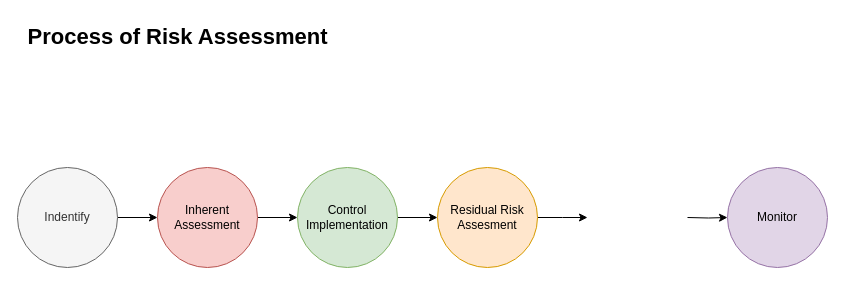
This is page "Risk Assessment Process" (1 of 3) of screens.drawio from iRM-Somnath/GRC, a draw.io file, before an edit. Source tidied: cells renumbered, new cells numbered last; positions are measured from the earlier drawing's top-left corner, leaving out a move shared by most shapes. Both pictures are drawn from the tidied source at 100%, with x=0, y=0 at pixel (17, 17).
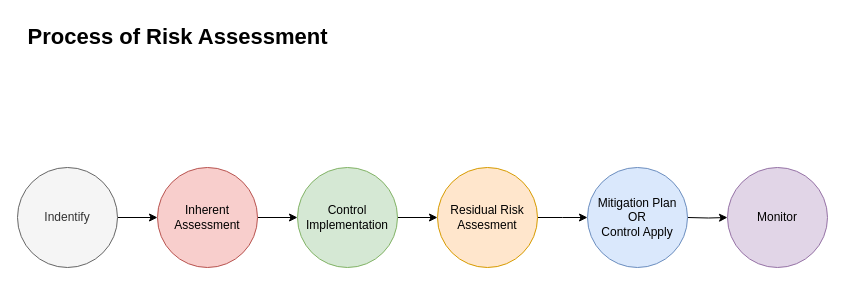
Above is the later version.

Change to the diagram source:
```diff
@@
 <mxGraphModel>
   <root>
     <mxCell id="0" />
     <mxCell id="1" parent="0" />
     <mxCell id="2" style="edgeStyle=orthogonalEdgeStyle;rounded=0;jettySize=auto;html=1;" parent="1" edge="1" source="3" target="5">
       <mxGeometry relative="1" as="geometry" />
     </mxCell>
     <mxCell id="3" value="Indentify" style="ellipse;whiteSpace=wrap;html=1;fillColor=#f5f5f5;fontColor=#333333;strokeColor=#666666;" parent="1" vertex="1">
       <mxGeometry y="150" width="100" height="100" as="geometry" />
     </mxCell>
     <mxCell id="4" style="edgeStyle=orthogonalEdgeStyle;rounded=0;jettySize=auto;html=1;" parent="1" edge="1" source="5" target="7">
       <mxGeometry relative="1" as="geometry" />
     </mxCell>
     <mxCell id="5" value="Inherent Assessment" style="ellipse;whiteSpace=wrap;html=1;fillColor=#f8cecc;strokeColor=#b85450;" parent="1" vertex="1">
       <mxGeometry x="140" y="150" width="100" height="100" as="geometry" />
     </mxCell>
     <mxCell id="6" style="edgeStyle=orthogonalEdgeStyle;rounded=0;jettySize=auto;html=1;" parent="1" edge="1" source="7" target="9">
       <mxGeometry relative="1" as="geometry" />
     </mxCell>
     <mxCell id="7" value="Control Implementation" style="ellipse;whiteSpace=wrap;html=1;fillColor=#d5e8d4;strokeColor=#82b366;" parent="1" vertex="1">
       <mxGeometry x="280" y="150" width="100" height="100" as="geometry" />
     </mxCell>
     <mxCell id="8" style="edgeStyle=orthogonalEdgeStyle;rounded=0;jettySize=auto;html=1;" parent="1" edge="1" source="9">
       <mxGeometry relative="1" as="geometry">
         <mxPoint x="570" y="200" as="targetPoint" />
       </mxGeometry>
     </mxCell>
     <mxCell id="9" value="Residual Risk&lt;br&gt;Assesment" style="ellipse;whiteSpace=wrap;html=1;fillColor=#ffe6cc;strokeColor=#d79b00;" parent="1" vertex="1">
       <mxGeometry x="420" y="150" width="100" height="100" as="geometry" />
     </mxCell>
     <mxCell id="10" style="edgeStyle=orthogonalEdgeStyle;rounded=0;jettySize=auto;html=1;" parent="1" edge="1" target="11">
       <mxGeometry relative="1" as="geometry">
         <mxPoint x="670" y="200" as="sourcePoint" />
       </mxGeometry>
     </mxCell>
     <mxCell id="11" value="Monitor" style="ellipse;whiteSpace=wrap;html=1;fillColor=#e1d5e7;strokeColor=#9673a6;" parent="1" vertex="1">
       <mxGeometry x="710" y="150" width="100" height="100" as="geometry" />
     </mxCell>
     <mxCell id="12" value="&lt;font style=&quot;font-size: 22px;&quot;&gt;&lt;b&gt;Process of Risk Assessment&lt;/b&gt;&lt;/font&gt;" style="text;html=1;align=center;verticalAlign=middle;strokeColor=none;fillColor=none;" parent="1" vertex="1">
       <mxGeometry width="320" height="40" as="geometry" />
     </mxCell>
+    <mxCell id="13" value="Mitigation Plan&lt;br&gt;OR&lt;br&gt;Control Apply" style="ellipse;whiteSpace=wrap;html=1;fillColor=#dae8fc;strokeColor=#6c8ebf;" parent="1" vertex="1">
+      <mxGeometry x="570" y="150" width="100" height="100" as="geometry" />
+    </mxCell>
   </root>
 </mxGraphModel>
```
